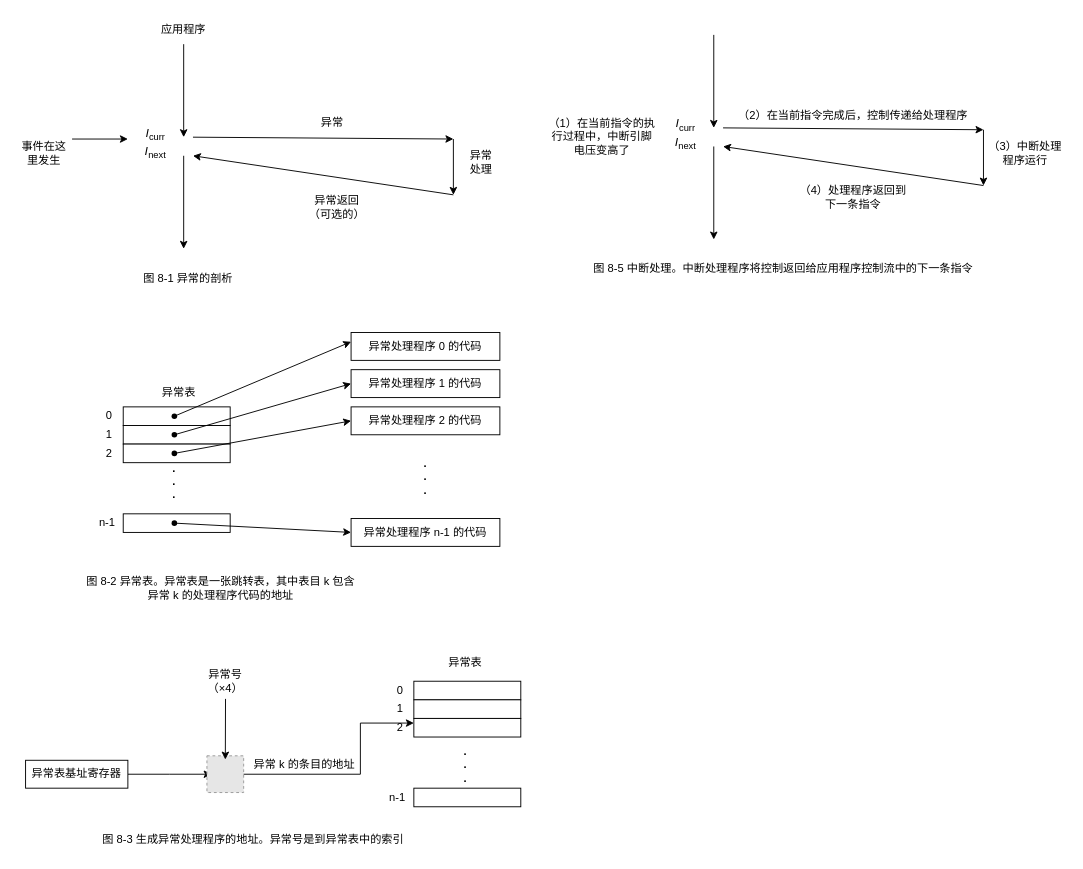
Before: draw.io/CSAPP.drawio in luojiego/books, a draw.io diagram. Source tidied: cells renumbered, new cells numbered last; positions are measured from the earlier drawing's top-left corner, leaving out a move shared by most shapes. Both pictures are drawn from the tidied source at 93%, with x=0, y=0 at pixel (16, 16). Pictures stored in the file or linked from it are replaced by grey dashed boxes.
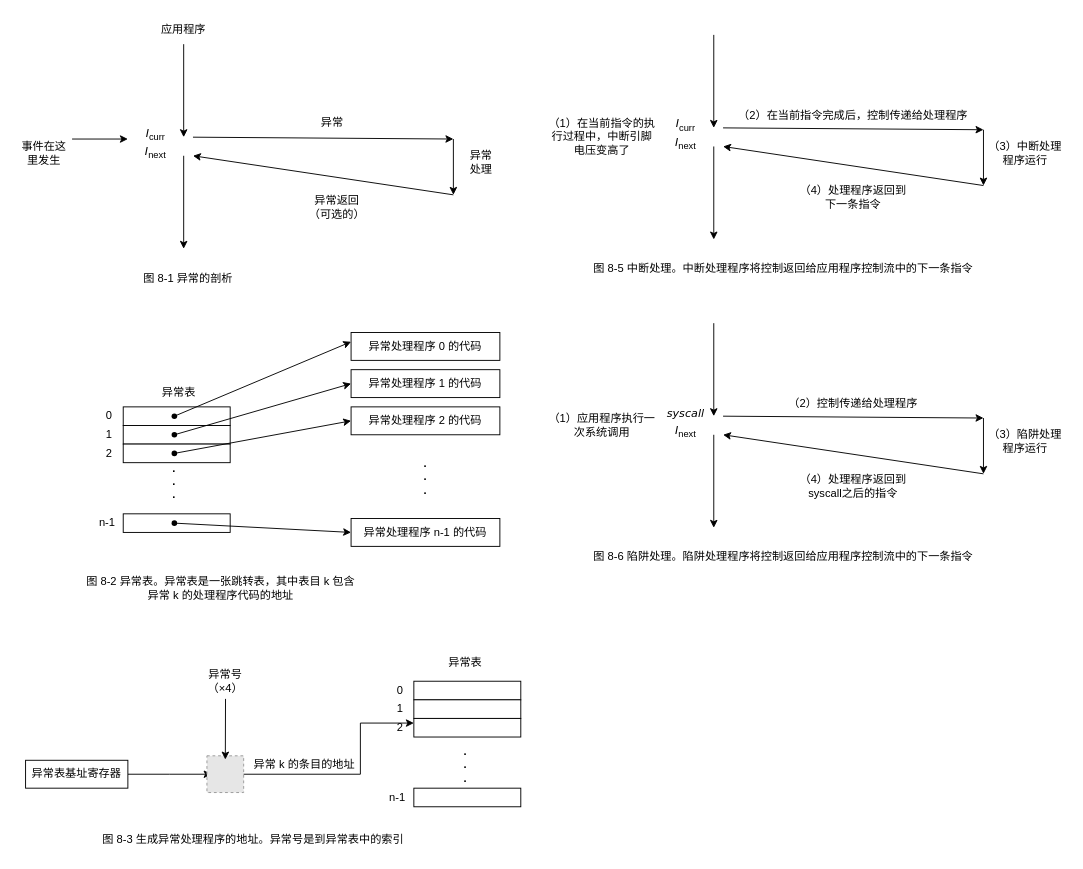
The same diagram, later.

The edit, as a diff of the source:
```diff
@@
+    <mxCell id="79" style="group;" parent="1" vertex="1">
+      <mxGeometry x="570" y="330" width="560" height="260" as="geometry" />
+    </mxCell>
+    <mxCell id="80" style="endArrow=classic;html=1;rounded=0;" parent="79" edge="1">
+      <mxGeometry relative="1" as="geometry">
+        <mxPoint x="180" as="sourcePoint" />
+        <mxPoint x="180" y="100" as="targetPoint" />
+      </mxGeometry>
+    </mxCell>
+    <mxCell id="81" style="endArrow=classic;html=1;rounded=0;" parent="79" edge="1">
+      <mxGeometry relative="1" as="geometry">
+        <mxPoint x="180" y="120" as="sourcePoint" />
+        <mxPoint x="180" y="220" as="targetPoint" />
+      </mxGeometry>
+    </mxCell>
+    <mxCell id="82" style="endArrow=classic;html=1;rounded=0;" parent="79" edge="1">
+      <mxGeometry relative="1" as="geometry">
+        <mxPoint x="190" y="100" as="sourcePoint" />
+        <mxPoint x="470" y="102" as="targetPoint" />
+      </mxGeometry>
+    </mxCell>
+    <mxCell id="83" style="endArrow=classic;html=1;rounded=0;" parent="79" edge="1">
+      <mxGeometry relative="1" as="geometry">
+        <mxPoint x="470" y="102" as="sourcePoint" />
+        <mxPoint x="470" y="162" as="targetPoint" />
+      </mxGeometry>
+    </mxCell>
+    <mxCell id="84" style="endArrow=classic;html=1;rounded=0;" parent="79" edge="1">
+      <mxGeometry relative="1" as="geometry">
+        <mxPoint x="470" y="162" as="sourcePoint" />
+        <mxPoint x="190" y="120" as="targetPoint" />
+      </mxGeometry>
+    </mxCell>
+    <mxCell id="85" value="（2）控制传递给处理程序" style="text;html=1;align=center;verticalAlign=middle;whiteSpace=wrap;rounded=0;" parent="79" vertex="1">
+      <mxGeometry x="200" y="72" width="260" height="30" as="geometry" />
+    </mxCell>
+    <mxCell id="86" value="（3）陷阱处理程序运行" style="text;html=1;align=center;verticalAlign=middle;whiteSpace=wrap;rounded=0;" parent="79" vertex="1">
+      <mxGeometry x="470" y="112" width="90" height="30" as="geometry" />
+    </mxCell>
+    <mxCell id="87" value="（4）处理程序返回到syscall之后的指令" style="text;html=1;align=center;verticalAlign=middle;whiteSpace=wrap;rounded=0;" parent="79" vertex="1">
+      <mxGeometry x="270" y="160" width="120" height="30" as="geometry" />
+    </mxCell>
+    <mxCell id="88" value="（1）应用程序执行一次系统调用" style="text;html=1;align=center;verticalAlign=middle;whiteSpace=wrap;rounded=0;" parent="79" vertex="1">
+      <mxGeometry y="90" width="120" height="40" as="geometry" />
+    </mxCell>
+    <mxCell id="89" value="&lt;font face=&quot;Verdana&quot;&gt;&lt;i&gt;syscall&lt;/i&gt;&lt;/font&gt;" style="text;html=1;align=center;verticalAlign=middle;whiteSpace=wrap;rounded=0;" parent="79" vertex="1">
+      <mxGeometry x="120" y="82" width="60" height="30" as="geometry" />
+    </mxCell>
+    <mxCell id="90" value="&lt;i&gt;&lt;font face=&quot;Verdana&quot;&gt;I&lt;/font&gt;&lt;/i&gt;&lt;sub&gt;next&lt;/sub&gt;" style="text;html=1;align=center;verticalAlign=middle;whiteSpace=wrap;rounded=0;" parent="79" vertex="1">
+      <mxGeometry x="120" y="102" width="60" height="30" as="geometry" />
+    </mxCell>
+    <mxCell id="91" value="图 8-6 陷阱处理。陷阱处理程序将控制返回给应用程序控制流中的下一条指令" style="text;html=1;align=center;verticalAlign=middle;whiteSpace=wrap;rounded=0;" parent="79" vertex="1">
+      <mxGeometry x="40" y="242" width="430" height="18" as="geometry" />
+    </mxCell>
```
